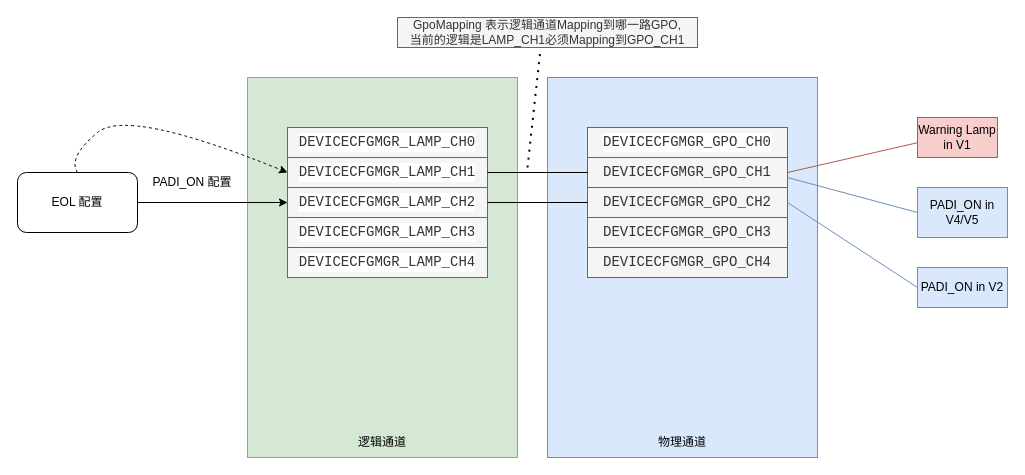
The draw.io diagram Gpo_configuration.drawio in woshitanwang/pics_procdure, before the edit. Source tidied: cells renumbered, new cells numbered last; positions are measured from the earlier drawing's top-left corner, leaving out a move shared by most shapes. Both pictures are drawn from the tidied source at 100%, with x=0, y=0 at pixel (17, 17).
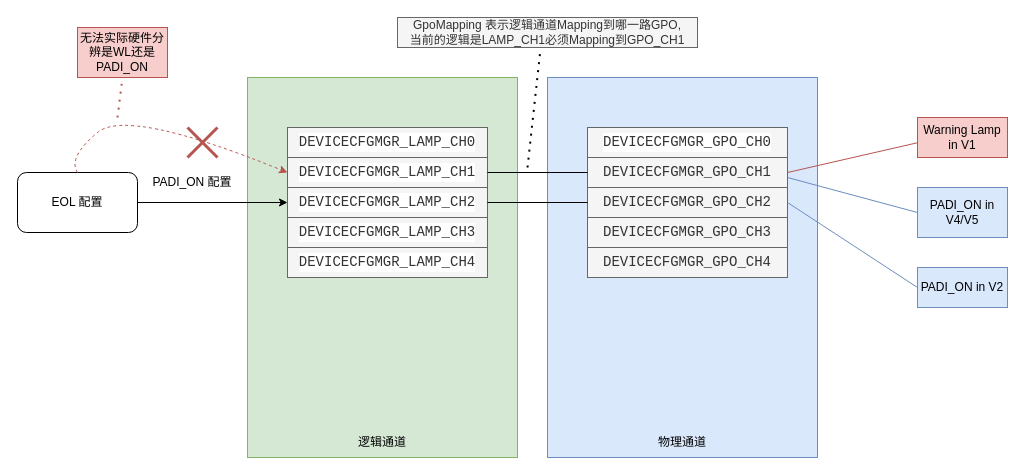
After the change.

The change refers to these unchanged cells:
```xml
<mxCell id="7" value="&lt;div style=&quot;color: rgb(51, 51, 51); font-family: Consolas, &amp;quot;Courier New&amp;quot;, monospace; font-size: 14px; line-height: 19px;&quot;&gt;DEVICECFGMGR_LAMP_CH1&lt;/div&gt;" style="text;html=1;strokeColor=#666666;fillColor=#f5f5f5;align=center;verticalAlign=middle;whiteSpace=wrap;rounded=0;labelBackgroundColor=#FFFFFF;fontColor=#333333;" parent="1" vertex="1">
  <mxGeometry x="270" y="140" width="200" height="30" as="geometry" />
</mxCell>
<mxCell id="16" value="EOL 配置" style="rounded=1;whiteSpace=wrap;html=1;" parent="1" vertex="1">
  <mxGeometry y="155" width="120" height="60" as="geometry" />
</mxCell>
```

What changed in the source:
```diff
@@
     <mxCell id="19" value="Warning Lamp in V1" style="text;html=1;strokeColor=#b85450;fillColor=#f8cecc;align=center;verticalAlign=middle;whiteSpace=wrap;rounded=0;" parent="1" vertex="1">
-      <mxGeometry x="900" y="100" width="80" height="40" as="geometry" />
+      <mxGeometry x="900" y="100" width="90" height="40" as="geometry" />
     </mxCell>
@@
-    <mxCell id="29" style="curved=1;endArrow=classic;html=1;rounded=0;entryX=0;entryY=0.5;entryDx=0;entryDy=0;exitX=0.5;exitY=0;exitDx=0;exitDy=0;dashed=1;" parent="1" edge="1" source="16" target="7">
+    <mxCell id="29" style="curved=1;endArrow=classic;html=1;rounded=0;entryX=0;entryY=0.5;entryDx=0;entryDy=0;exitX=0.5;exitY=0;exitDx=0;exitDy=0;dashed=1;fillColor=#f8cecc;strokeColor=#b85450;" parent="1" edge="1" source="16" target="7">
       <mxGeometry relative="1" as="geometry">
         <Array as="points">
           <mxPoint x="50" y="140" />
           <mxPoint x="110" y="90" />
         </Array>
       </mxGeometry>
     </mxCell>
+    <mxCell id="30" value="无法实际硬件分辨是WL还是PADI_ON" style="text;html=1;strokeColor=#b85450;fillColor=#f8cecc;align=center;verticalAlign=middle;whiteSpace=wrap;rounded=0;" parent="1" vertex="1">
+      <mxGeometry x="60" y="10" width="90" height="50" as="geometry" />
+    </mxCell>
+    <mxCell id="31" style="endArrow=none;dashed=1;html=1;dashPattern=1 3;strokeWidth=2;rounded=0;entryX=0.5;entryY=1;entryDx=0;entryDy=0;fillColor=#f8cecc;strokeColor=#b85450;" parent="1" edge="1" target="30">
+      <mxGeometry relative="1" as="geometry">
+        <mxPoint x="100" y="100" as="sourcePoint" />
+      </mxGeometry>
+    </mxCell>
+    <mxCell id="32" style="shape=umlDestroy;whiteSpace=wrap;html=1;strokeWidth=3;targetShapes=umlLifeline;fillColor=#f8cecc;strokeColor=#b85450;" parent="1" vertex="1">
+      <mxGeometry x="170" y="110" width="30" height="30" as="geometry" />
+    </mxCell>
```
